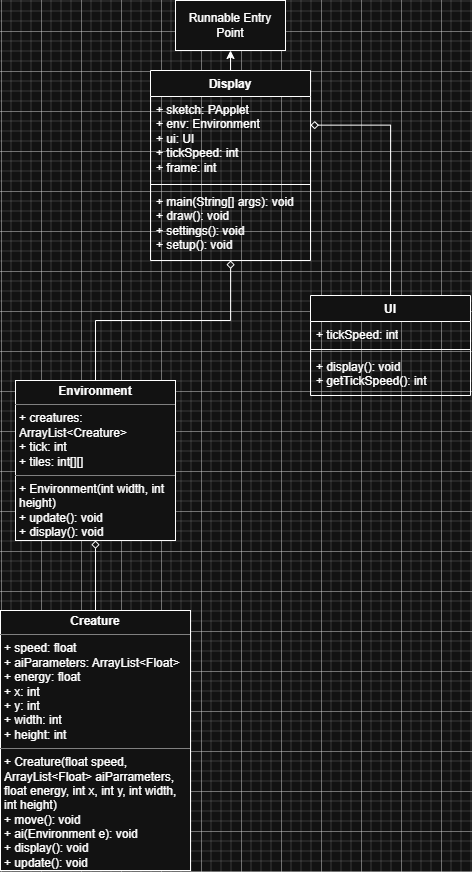
Before: images/UML.png, a diagram exported from draw.io (Jonwu25/AdvProgrammingIndvProject). Source tidied: cells renumbered, new cells last; positions are measured from the earlier drawing's top-left corner, leaving out a move shared by most shapes.
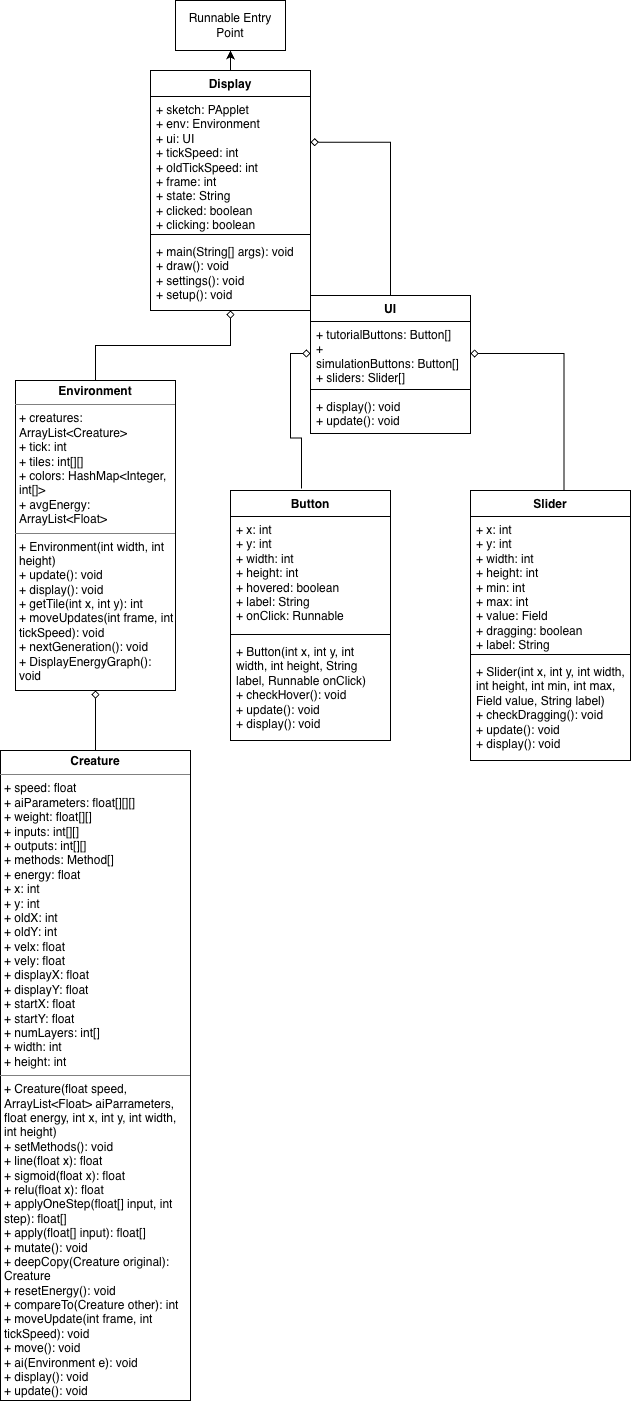
After the commit.

The edit, as a diff of the source:
```diff
@@ -8,38 +8,38 @@
     <mxCell id="3" style="edgeStyle=orthogonalEdgeStyle;rounded=0;jettySize=auto;html=1;exitX=0.5;exitY=0;exitDx=0;exitDy=0;endArrow=diamond;endFill=0;" parent="1" edge="1" source="4" target="7">
       <mxGeometry relative="1" as="geometry" />
     </mxCell>
-    <mxCell id="4" value="&lt;p style=&quot;margin:0px;margin-top:4px;text-align:center;&quot;&gt;&lt;b&gt;Environment&lt;/b&gt;&lt;/p&gt;&lt;hr size=&quot;1&quot; style=&quot;border-style:solid;&quot;&gt;&lt;p style=&quot;margin:0px;margin-left:4px;&quot;&gt;+ creatures: ArrayList&amp;lt;Creature&amp;gt;&lt;/p&gt;&lt;p style=&quot;margin:0px;margin-left:4px;&quot;&gt;+ tick: int&lt;/p&gt;&lt;p style=&quot;margin:0px;margin-left:4px;&quot;&gt;+ tiles: int[][]&lt;/p&gt;&lt;hr size=&quot;1&quot; style=&quot;border-style:solid;&quot;&gt;&lt;p style=&quot;margin:0px;margin-left:4px;&quot;&gt;+ Environment(int width, int height)&lt;/p&gt;&lt;p style=&quot;margin:0px;margin-left:4px;&quot;&gt;+ update(): void&lt;/p&gt;&lt;p style=&quot;margin:0px;margin-left:4px;&quot;&gt;+ display(): void&lt;/p&gt;" style="verticalAlign=top;align=left;overflow=fill;html=1;whiteSpace=wrap;" parent="1" vertex="1">
-      <mxGeometry x="15" y="380" width="160" height="160" as="geometry" />
+    <mxCell id="4" value="&lt;p style=&quot;margin:0px;margin-top:4px;text-align:center;&quot;&gt;&lt;b&gt;Environment&lt;/b&gt;&lt;/p&gt;&lt;hr size=&quot;1&quot; style=&quot;border-style:solid;&quot;&gt;&lt;p style=&quot;margin:0px;margin-left:4px;&quot;&gt;+ creatures: ArrayList&amp;lt;Creature&amp;gt;&lt;/p&gt;&lt;p style=&quot;margin:0px;margin-left:4px;&quot;&gt;+ tick: int&lt;/p&gt;&lt;p style=&quot;margin:0px;margin-left:4px;&quot;&gt;+ tiles: int[][]&lt;/p&gt;&lt;p style=&quot;margin:0px;margin-left:4px;&quot;&gt;+ colors: HashMap&amp;lt;Integer, int[]&amp;gt;&lt;/p&gt;&lt;p style=&quot;margin:0px;margin-left:4px;&quot;&gt;+ avgEnergy: ArrayList&amp;lt;Float&amp;gt;&lt;/p&gt;&lt;hr size=&quot;1&quot; style=&quot;border-style:solid;&quot;&gt;&lt;p style=&quot;margin:0px;margin-left:4px;&quot;&gt;+ Environment(int width, int height)&lt;/p&gt;&lt;p style=&quot;margin:0px;margin-left:4px;&quot;&gt;+ update(): void&lt;/p&gt;&lt;p style=&quot;margin:0px;margin-left:4px;&quot;&gt;+ display(): void&lt;/p&gt;&lt;p style=&quot;margin:0px;margin-left:4px;&quot;&gt;+ getTile(int x, int y): int&lt;/p&gt;&lt;p style=&quot;margin:0px;margin-left:4px;&quot;&gt;+ moveUpdates(int frame, int tickSpeed): void&lt;/p&gt;&lt;p style=&quot;margin:0px;margin-left:4px;&quot;&gt;+ nextGeneration(): void&lt;/p&gt;&lt;p style=&quot;margin:0px;margin-left:4px;&quot;&gt;+ DisplayEnergyGraph(): void&lt;/p&gt;" style="verticalAlign=top;align=left;overflow=fill;html=1;whiteSpace=wrap;" parent="1" vertex="1">
+      <mxGeometry x="15" y="380" width="160" height="310" as="geometry" />
     </mxCell>
     <mxCell id="5" style="edgeStyle=orthogonalEdgeStyle;rounded=0;jettySize=auto;html=1;exitX=0.5;exitY=0;exitDx=0;exitDy=0;endArrow=diamond;endFill=0;" parent="1" edge="1" source="6" target="4">
       <mxGeometry relative="1" as="geometry" />
     </mxCell>
-    <mxCell id="6" value="&lt;p style=&quot;margin:0px;margin-top:4px;text-align:center;&quot;&gt;&lt;b&gt;Creature&lt;/b&gt;&lt;/p&gt;&lt;hr size=&quot;1&quot; style=&quot;border-style:solid;&quot;&gt;&lt;p style=&quot;margin:0px;margin-left:4px;&quot;&gt;+ speed: float&lt;/p&gt;&lt;p style=&quot;margin:0px;margin-left:4px;&quot;&gt;+ aiParameters: ArrayList&amp;lt;Float&amp;gt;&lt;/p&gt;&lt;p style=&quot;margin:0px;margin-left:4px;&quot;&gt;+ energy: float&lt;/p&gt;&lt;p style=&quot;margin:0px;margin-left:4px;&quot;&gt;+ x: int&lt;/p&gt;&lt;p style=&quot;margin:0px;margin-left:4px;&quot;&gt;+ y: int&lt;/p&gt;&lt;p style=&quot;margin:0px;margin-left:4px;&quot;&gt;+ width: int&lt;/p&gt;&lt;p style=&quot;margin:0px;margin-left:4px;&quot;&gt;+ height: int&lt;/p&gt;&lt;hr size=&quot;1&quot; style=&quot;border-style:solid;&quot;&gt;&lt;p style=&quot;margin:0px;margin-left:4px;&quot;&gt;+ Creature(float speed, ArrayList&amp;lt;Float&amp;gt; aiParrameters, float energy, int x, int y, int width, int height)&lt;/p&gt;&lt;p style=&quot;margin:0px;margin-left:4px;&quot;&gt;+ move(): void&lt;/p&gt;&lt;p style=&quot;margin:0px;margin-left:4px;&quot;&gt;+ ai(Environment e): void&lt;/p&gt;&lt;p style=&quot;margin:0px;margin-left:4px;&quot;&gt;+ display(): void&lt;br&gt;+ update(): void&lt;/p&gt;" style="verticalAlign=top;align=left;overflow=fill;html=1;whiteSpace=wrap;" parent="1" vertex="1">
-      <mxGeometry y="610" width="190" height="260" as="geometry" />
+    <mxCell id="6" value="&lt;p style=&quot;margin:0px;margin-top:4px;text-align:center;&quot;&gt;&lt;b&gt;Creature&lt;/b&gt;&lt;/p&gt;&lt;hr size=&quot;1&quot; style=&quot;border-style:solid;&quot;&gt;&lt;p style=&quot;margin:0px;margin-left:4px;&quot;&gt;+ speed: float&lt;/p&gt;&lt;p style=&quot;margin:0px;margin-left:4px;&quot;&gt;+ aiParameters: float[][][]&lt;/p&gt;&lt;p style=&quot;margin:0px;margin-left:4px;&quot;&gt;+ weight: float[][]&lt;/p&gt;&lt;p style=&quot;margin:0px;margin-left:4px;&quot;&gt;+ inputs: int[][]&lt;/p&gt;&lt;p style=&quot;margin:0px;margin-left:4px;&quot;&gt;+ outputs: int[][]&lt;/p&gt;&lt;p style=&quot;margin:0px;margin-left:4px;&quot;&gt;+ methods: Method[]&lt;/p&gt;&lt;p style=&quot;margin:0px;margin-left:4px;&quot;&gt;+ energy: float&lt;/p&gt;&lt;p style=&quot;margin:0px;margin-left:4px;&quot;&gt;+ x: int&lt;/p&gt;&lt;p style=&quot;margin:0px;margin-left:4px;&quot;&gt;+ y: int&lt;/p&gt;&lt;p style=&quot;margin:0px;margin-left:4px;&quot;&gt;+ oldX: int&lt;/p&gt;&lt;p style=&quot;margin:0px;margin-left:4px;&quot;&gt;+ oldY: int&lt;/p&gt;&lt;p style=&quot;margin:0px;margin-left:4px;&quot;&gt;+ velx: float&lt;/p&gt;&lt;p style=&quot;margin:0px;margin-left:4px;&quot;&gt;+ vely: float&lt;/p&gt;&lt;p style=&quot;margin:0px;margin-left:4px;&quot;&gt;+ displayX: float&lt;/p&gt;&lt;p style=&quot;margin:0px;margin-left:4px;&quot;&gt;+ displayY: float&lt;/p&gt;&lt;p style=&quot;margin:0px;margin-left:4px;&quot;&gt;+ startX: float&lt;/p&gt;&lt;p style=&quot;margin:0px;margin-left:4px;&quot;&gt;+ startY: float&lt;/p&gt;&lt;p style=&quot;margin:0px;margin-left:4px;&quot;&gt;+ numLayers: int[]&lt;/p&gt;&lt;p style=&quot;margin:0px;margin-left:4px;&quot;&gt;+ width: int&lt;/p&gt;&lt;p style=&quot;margin:0px;margin-left:4px;&quot;&gt;+ height: int&lt;/p&gt;&lt;hr size=&quot;1&quot; style=&quot;border-style:solid;&quot;&gt;&lt;p style=&quot;margin:0px;margin-left:4px;&quot;&gt;+ Creature(float speed, ArrayList&amp;lt;Float&amp;gt; aiParrameters, float energy, int x, int y, int width, int height)&lt;/p&gt;&lt;p style=&quot;margin:0px;margin-left:4px;&quot;&gt;+ setMethods(): void&lt;/p&gt;&lt;p style=&quot;margin:0px;margin-left:4px;&quot;&gt;+ line(float x): float&lt;/p&gt;&lt;p style=&quot;margin:0px;margin-left:4px;&quot;&gt;+ sigmoid(float x): float&lt;/p&gt;&lt;p style=&quot;margin:0px;margin-left:4px;&quot;&gt;+ relu(float x): float&lt;/p&gt;&lt;p style=&quot;margin:0px;margin-left:4px;&quot;&gt;+ applyOneStep(float[] input, int step): float[]&lt;/p&gt;&lt;p style=&quot;margin:0px;margin-left:4px;&quot;&gt;+ apply(float[] input): float[]&lt;/p&gt;&lt;p style=&quot;margin:0px;margin-left:4px;&quot;&gt;+ mutate(): void&lt;/p&gt;&lt;p style=&quot;margin:0px;margin-left:4px;&quot;&gt;+ deepCopy(Creature original): Creature&lt;/p&gt;&lt;p style=&quot;margin:0px;margin-left:4px;&quot;&gt;+ resetEnergy(): void&lt;/p&gt;&lt;p style=&quot;margin:0px;margin-left:4px;&quot;&gt;+ compareTo(Creature other): int&lt;/p&gt;&lt;p style=&quot;margin:0px;margin-left:4px;&quot;&gt;+ moveUpdate(int frame, int tickSpeed): void&lt;/p&gt;&lt;p style=&quot;margin:0px;margin-left:4px;&quot;&gt;+ move(): void&lt;/p&gt;&lt;p style=&quot;margin:0px;margin-left:4px;&quot;&gt;+ ai(Environment e): void&lt;/p&gt;&lt;p style=&quot;margin:0px;margin-left:4px;&quot;&gt;+ display(): void&lt;br&gt;+ update(): void&lt;/p&gt;" style="verticalAlign=top;align=left;overflow=fill;html=1;whiteSpace=wrap;" parent="1" vertex="1">
+      <mxGeometry y="750" width="190" height="650" as="geometry" />
     </mxCell>
     <mxCell id="7" value="Display" style="swimlane;fontStyle=1;align=center;verticalAlign=top;horizontal=1;startSize=26;whiteSpace=wrap;html=1;" parent="1" vertex="1">
-      <mxGeometry x="150" y="70" width="160" height="190" as="geometry" />
+      <mxGeometry x="150" y="70" width="160" height="240" as="geometry" />
     </mxCell>
-    <mxCell id="8" value="&lt;div&gt;+ sketch: PApplet&lt;/div&gt;+ env: Environment&lt;div&gt;+ ui: UI&lt;/div&gt;&lt;div&gt;+ tickSpeed: int&lt;/div&gt;&lt;div&gt;+ frame: int&lt;/div&gt;" style="text;strokeColor=none;fillColor=none;align=left;verticalAlign=top;spacingLeft=4;spacingRight=4;overflow=hidden;points=[[0,0.5],[1,0.5]];portConstraint=eastwest;whiteSpace=wrap;html=1;" parent="7" vertex="1">
-      <mxGeometry y="26" width="160" height="84" as="geometry" />
+    <mxCell id="8" value="&lt;div&gt;+ sketch: PApplet&lt;/div&gt;+ env: Environment&lt;div&gt;+ ui: UI&lt;/div&gt;&lt;div&gt;+ tickSpeed: int&lt;/div&gt;&lt;div&gt;+ oldTickSpeed: int&lt;/div&gt;&lt;div&gt;+ frame: int&lt;/div&gt;&lt;div&gt;+ state: String&lt;/div&gt;&lt;div&gt;+ clicked: boolean&lt;/div&gt;&lt;div&gt;+ clicking: boolean&lt;/div&gt;" style="text;strokeColor=none;fillColor=none;align=left;verticalAlign=top;spacingLeft=4;spacingRight=4;overflow=hidden;points=[[0,0.5],[1,0.5]];portConstraint=eastwest;whiteSpace=wrap;html=1;" parent="7" vertex="1">
+      <mxGeometry y="26" width="160" height="134" as="geometry" />
     </mxCell>
     <mxCell id="9" style="line;strokeWidth=1;fillColor=none;align=left;verticalAlign=middle;spacingTop=-1;spacingLeft=3;spacingRight=3;labelPosition=right;strokeColor=inherit;" parent="7" vertex="1">
-      <mxGeometry y="110" width="160" height="8" as="geometry" />
+      <mxGeometry y="160" width="160" height="8" as="geometry" />
     </mxCell>
     <mxCell id="10" value="&lt;div&gt;+ main(String[] args): void&lt;/div&gt;&lt;div&gt;+ draw(): void&lt;/div&gt;+ settings(): void&lt;div&gt;+ setup(): void&lt;/div&gt;" style="text;strokeColor=none;fillColor=none;align=left;verticalAlign=top;spacingLeft=4;spacingRight=4;overflow=hidden;whiteSpace=wrap;html=1;" parent="7" vertex="1">
-      <mxGeometry y="118" width="160" height="72" as="geometry" />
+      <mxGeometry y="168" width="160" height="72" as="geometry" />
     </mxCell>
     <mxCell id="11" value="UI" style="swimlane;fontStyle=1;align=center;verticalAlign=top;horizontal=1;startSize=26;whiteSpace=wrap;html=1;" parent="1" vertex="1">
-      <mxGeometry x="310" y="295" width="160" height="100" as="geometry" />
+      <mxGeometry x="310" y="295" width="160" height="138" as="geometry" />
     </mxCell>
-    <mxCell id="12" value="+ tickSpeed: int" style="text;strokeColor=none;fillColor=none;align=left;verticalAlign=top;spacingLeft=4;spacingRight=4;overflow=hidden;points=[[0,0.5],[1,0.5]];portConstraint=eastwest;whiteSpace=wrap;html=1;" parent="11" vertex="1">
-      <mxGeometry y="26" width="160" height="24" as="geometry" />
+    <mxCell id="12" value="&lt;div&gt;+ tutorialButtons:&amp;nbsp;&lt;span style=&quot;background-color: transparent; color: light-dark(rgb(0, 0, 0), rgb(255, 255, 255));&quot;&gt;Button[]&lt;/span&gt;&lt;/div&gt;&lt;div&gt;+ simulationButtons:&amp;nbsp;&lt;span style=&quot;background-color: transparent; color: light-dark(rgb(0, 0, 0), rgb(255, 255, 255));&quot;&gt;Button[]&lt;/span&gt;&lt;/div&gt;&lt;div&gt;+ sliders:&amp;nbsp;&lt;span style=&quot;background-color: transparent; color: light-dark(rgb(0, 0, 0), rgb(255, 255, 255));&quot;&gt;Slider[]&lt;/span&gt;&lt;/div&gt;" style="text;strokeColor=none;fillColor=none;align=left;verticalAlign=top;spacingLeft=4;spacingRight=4;overflow=hidden;points=[[0,0.5],[1,0.5]];portConstraint=eastwest;whiteSpace=wrap;html=1;" parent="11" vertex="1">
+      <mxGeometry y="26" width="160" height="64" as="geometry" />
     </mxCell>
     <mxCell id="13" style="line;strokeWidth=1;fillColor=none;align=left;verticalAlign=middle;spacingTop=-1;spacingLeft=3;spacingRight=3;labelPosition=right;strokeColor=inherit;" parent="11" vertex="1">
-      <mxGeometry y="50" width="160" height="8" as="geometry" />
+      <mxGeometry y="90" width="160" height="8" as="geometry" />
     </mxCell>
-    <mxCell id="14" value="+ display(): void&lt;div&gt;+ getTickSpeed(): int&lt;/div&gt;" style="text;strokeColor=none;fillColor=none;align=left;verticalAlign=top;spacingLeft=4;spacingRight=4;overflow=hidden;whiteSpace=wrap;html=1;" parent="11" vertex="1">
-      <mxGeometry y="58" width="160" height="42" as="geometry" />
+    <mxCell id="14" value="+ display(): void&lt;div&gt;+ update(): void&lt;/div&gt;" style="text;strokeColor=none;fillColor=none;align=left;verticalAlign=top;spacingLeft=4;spacingRight=4;overflow=hidden;whiteSpace=wrap;html=1;" parent="11" vertex="1">
+      <mxGeometry y="98" width="160" height="40" as="geometry" />
     </mxCell>
     <mxCell id="15" style="edgeStyle=orthogonalEdgeStyle;rounded=0;jettySize=auto;html=1;exitX=0.5;exitY=0;exitDx=0;exitDy=0;endArrow=diamond;endFill=0;entryX=1;entryY=0.341;entryDx=0;entryDy=0;entryPerimeter=0;" parent="1" edge="1" source="11" target="8">
       <mxGeometry relative="1" as="geometry" />
@@ -47,5 +47,35 @@
     <mxCell id="16" style="edgeStyle=orthogonalEdgeStyle;rounded=0;jettySize=auto;html=1;exitX=0.5;exitY=0;exitDx=0;exitDy=0;endArrow=classic;endFill=1;entryX=0.5;entryY=1;entryDx=0;entryDy=0;" parent="1" edge="1" source="7" target="2">
       <mxGeometry relative="1" as="geometry" />
     </mxCell>
+    <mxCell id="17" value="Slider" style="swimlane;fontStyle=1;align=center;verticalAlign=top;horizontal=1;startSize=26;whiteSpace=wrap;html=1;" parent="1" vertex="1">
+      <mxGeometry x="470" y="490" width="160" height="270" as="geometry" />
+    </mxCell>
+    <mxCell id="18" value="+ x: int&lt;div&gt;+ y: int&lt;/div&gt;&lt;div&gt;+ width: int&lt;/div&gt;&lt;div&gt;+ height: int&lt;/div&gt;&lt;div&gt;+ min: int&lt;/div&gt;&lt;div&gt;+ max: int&lt;/div&gt;&lt;div&gt;+ value: Field&lt;/div&gt;&lt;div&gt;+ dragging: boolean&lt;/div&gt;&lt;div&gt;+ label: String&lt;/div&gt;" style="text;strokeColor=none;fillColor=none;align=left;verticalAlign=top;spacingLeft=4;spacingRight=4;overflow=hidden;whiteSpace=wrap;html=1;" parent="17" vertex="1">
+      <mxGeometry y="26" width="160" height="134" as="geometry" />
+    </mxCell>
+    <mxCell id="19" style="line;strokeWidth=1;fillColor=none;align=left;verticalAlign=middle;spacingTop=-1;spacingLeft=3;spacingRight=3;labelPosition=right;strokeColor=inherit;" parent="17" vertex="1">
+      <mxGeometry y="160" width="160" height="8" as="geometry" />
+    </mxCell>
+    <mxCell id="20" value="+ Slider(int x, int y, int width, int height, int min, int max, Field value, String label)&lt;div&gt;+ checkDragging(): void&lt;/div&gt;&lt;div&gt;+ update(): void&lt;/div&gt;&lt;div&gt;+ display(): void&lt;/div&gt;" style="text;strokeColor=none;fillColor=none;align=left;verticalAlign=top;spacingLeft=4;spacingRight=4;overflow=hidden;whiteSpace=wrap;html=1;" parent="17" vertex="1">
+      <mxGeometry y="168" width="160" height="102" as="geometry" />
+    </mxCell>
+    <mxCell id="21" value="Button" style="swimlane;fontStyle=1;align=center;verticalAlign=top;horizontal=1;startSize=26;whiteSpace=wrap;html=1;" parent="1" vertex="1">
+      <mxGeometry x="230" y="490" width="160" height="250" as="geometry" />
+    </mxCell>
+    <mxCell id="22" value="+ x: int&lt;div&gt;+ y: int&lt;/div&gt;&lt;div&gt;+ width: int&lt;/div&gt;&lt;div&gt;+ height: int&lt;/div&gt;&lt;div&gt;+ hovered: boolean&lt;/div&gt;&lt;div&gt;+ label: String&lt;/div&gt;&lt;div&gt;+ onClick: Runnable&lt;/div&gt;" style="text;strokeColor=none;fillColor=none;align=left;verticalAlign=top;spacingLeft=4;spacingRight=4;overflow=hidden;whiteSpace=wrap;html=1;" parent="21" vertex="1">
+      <mxGeometry y="26" width="160" height="114" as="geometry" />
+    </mxCell>
+    <mxCell id="23" style="line;strokeWidth=1;fillColor=none;align=left;verticalAlign=middle;spacingTop=-1;spacingLeft=3;spacingRight=3;labelPosition=right;strokeColor=inherit;" parent="21" vertex="1">
+      <mxGeometry y="140" width="160" height="8" as="geometry" />
+    </mxCell>
+    <mxCell id="24" value="+ Button(int x, int y, int width, int height, String label, Runnable onClick)&lt;div&gt;+ checkHover(): void&lt;/div&gt;&lt;div&gt;+ update(): void&lt;/div&gt;&lt;div&gt;+ display(): void&lt;/div&gt;" style="text;strokeColor=none;fillColor=none;align=left;verticalAlign=top;spacingLeft=4;spacingRight=4;overflow=hidden;whiteSpace=wrap;html=1;" parent="21" vertex="1">
+      <mxGeometry y="148" width="160" height="102" as="geometry" />
+    </mxCell>
+    <mxCell id="25" style="edgeStyle=orthogonalEdgeStyle;rounded=0;jettySize=auto;html=1;exitX=0.585;exitY=-0.002;exitDx=0;exitDy=0;endArrow=diamond;endFill=0;entryX=1;entryY=0.5;entryDx=0;entryDy=0;exitPerimeter=0;" parent="1" edge="1" source="17" target="12">
+      <mxGeometry relative="1" as="geometry" />
+    </mxCell>
+    <mxCell id="26" style="edgeStyle=orthogonalEdgeStyle;rounded=0;jettySize=auto;html=1;exitX=0.444;exitY=-0.008;exitDx=0;exitDy=0;endArrow=diamond;endFill=0;entryX=0;entryY=0.5;entryDx=0;entryDy=0;exitPerimeter=0;" parent="1" edge="1" source="21" target="12">
+      <mxGeometry relative="1" as="geometry" />
+    </mxCell>
   </root>
 </mxGraphModel>
```
